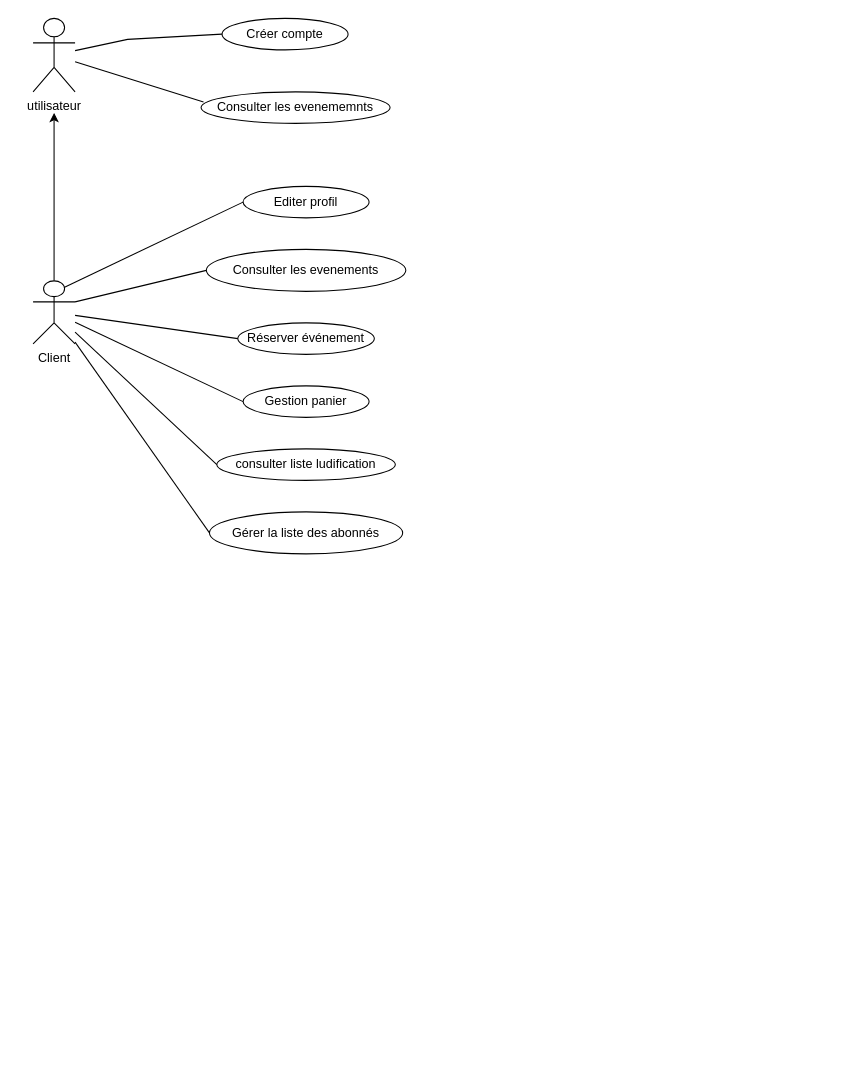
mohamedimem/event- keeps this draw.io diagram as use_general.drawio. Above is the earlier version. Source tidied: cells renumbered, new cells numbered last; positions are measured from the earlier drawing's top-left corner, leaving out a move shared by most shapes. Both pictures are drawn from the tidied source at 105%, with x=0, y=0 at pixel (33, 18).
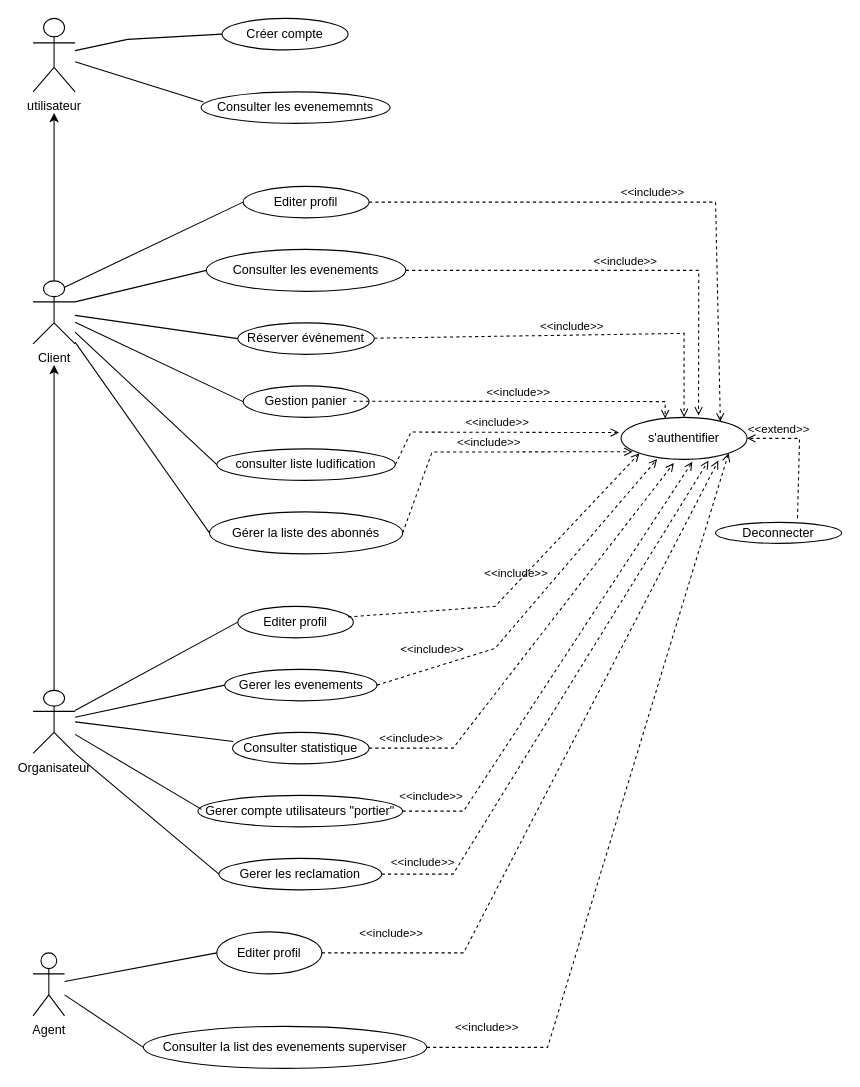
Above is the later version.

Commit message:
Mettre à jour use_general.drawio

Unchanged cells that the change refers to:
```xml
<mxCell id="9" value="Editer profil" style="ellipse;whiteSpace=wrap;html=1;" parent="1" vertex="1">
  <mxGeometry x="200" y="160" width="120" height="30" as="geometry" />
</mxCell>
<mxCell id="12" value="consulter liste ludification" style="ellipse;whiteSpace=wrap;html=1;" parent="1" vertex="1">
  <mxGeometry x="175" y="410" width="170" height="30" as="geometry" />
</mxCell>
<mxCell id="13" value="Consulter les evenements" style="ellipse;whiteSpace=wrap;html=1;" parent="1" vertex="1">
  <mxGeometry x="165" y="220" width="190" height="40" as="geometry" />
</mxCell>
<mxCell id="14" value="Gérer la liste des abonnés" style="ellipse;whiteSpace=wrap;html=1;" parent="1" vertex="1">
  <mxGeometry x="168" y="470" width="184" height="40" as="geometry" />
</mxCell>
```

The edit, as a diff of the source:
```diff
@@
+    <mxCell id="22" style="edgeStyle=orthogonalEdgeStyle;rounded=0;jettySize=auto;html=1;exitX=0.5;exitY=0;exitDx=0;exitDy=0;exitPerimeter=0;" parent="1" edge="1" source="23">
+      <mxGeometry relative="1" as="geometry">
+        <mxPoint x="20" y="330" as="targetPoint" />
+      </mxGeometry>
+    </mxCell>
+    <mxCell id="23" value="&lt;div&gt;Organisateur&lt;/div&gt;&lt;div&gt;&lt;br&gt;&lt;/div&gt;" style="shape=umlActor;verticalLabelPosition=bottom;verticalAlign=top;html=1;outlineConnect=0;" parent="1" vertex="1">
+      <mxGeometry y="640" width="40" height="60" as="geometry" />
+    </mxCell>
+    <mxCell id="24" value="Editer profil" style="ellipse;whiteSpace=wrap;html=1;" parent="1" vertex="1">
+      <mxGeometry x="195" y="560" width="110" height="30" as="geometry" />
+    </mxCell>
+    <mxCell id="25" value="Gerer les evenements" style="ellipse;whiteSpace=wrap;html=1;" parent="1" vertex="1">
+      <mxGeometry x="182.5" y="620" width="145" height="30" as="geometry" />
+    </mxCell>
+    <mxCell id="26" value="Consulter statistique" style="ellipse;whiteSpace=wrap;html=1;" parent="1" vertex="1">
+      <mxGeometry x="190" y="680" width="130" height="30" as="geometry" />
+    </mxCell>
+    <mxCell id="27" value="Gerer compte utilisateurs &quot;portier&quot;" style="ellipse;whiteSpace=wrap;html=1;" parent="1" vertex="1">
+      <mxGeometry x="157" y="740" width="195" height="30" as="geometry" />
+    </mxCell>
+    <mxCell id="28" value="Gerer les reclamation" style="ellipse;whiteSpace=wrap;html=1;" parent="1" vertex="1">
+      <mxGeometry x="177" y="800" width="155" height="30" as="geometry" />
+    </mxCell>
+    <mxCell id="29" style="endArrow=none;html=1;rounded=0;entryX=0.006;entryY=0.291;entryDx=0;entryDy=0;entryPerimeter=0;" parent="1" edge="1" target="26">
+      <mxGeometry relative="1" as="geometry">
+        <mxPoint x="40" y="670" as="sourcePoint" />
+      </mxGeometry>
+    </mxCell>
+    <mxCell id="30" style="endArrow=none;html=1;rounded=0;entryX=0;entryY=0.5;entryDx=0;entryDy=0;" parent="1" edge="1" source="23" target="25">
+      <mxGeometry relative="1" as="geometry" />
+    </mxCell>
+    <mxCell id="31" style="endArrow=none;html=1;rounded=0;entryX=0;entryY=0.5;entryDx=0;entryDy=0;" parent="1" edge="1" source="23" target="24">
+      <mxGeometry relative="1" as="geometry" />
+    </mxCell>
+    <mxCell id="32" style="endArrow=none;html=1;rounded=0;entryX=0.018;entryY=0.445;entryDx=0;entryDy=0;entryPerimeter=0;" parent="1" edge="1" source="23" target="27">
+      <mxGeometry relative="1" as="geometry" />
+    </mxCell>
+    <mxCell id="33" style="endArrow=none;html=1;rounded=0;exitX=1;exitY=1;exitDx=0;exitDy=0;exitPerimeter=0;entryX=0;entryY=0.5;entryDx=0;entryDy=0;" parent="1" edge="1" source="23" target="28">
+      <mxGeometry relative="1" as="geometry" />
+    </mxCell>
+    <mxCell id="34" value="Agent" style="shape=umlActor;verticalLabelPosition=bottom;verticalAlign=top;html=1;outlineConnect=0;" parent="1" vertex="1">
+      <mxGeometry y="890" width="30" height="60" as="geometry" />
+    </mxCell>
+    <mxCell id="35" value="Editer profil" style="ellipse;whiteSpace=wrap;html=1;" parent="1" vertex="1">
+      <mxGeometry x="175" y="870" width="100" height="40" as="geometry" />
+    </mxCell>
+    <mxCell id="36" value="Consulter la list des evenements superviser" style="ellipse;whiteSpace=wrap;html=1;" parent="1" vertex="1">
+      <mxGeometry x="105" y="960" width="270" height="40" as="geometry" />
+    </mxCell>
+    <mxCell id="37" style="endArrow=none;html=1;rounded=0;entryX=0;entryY=0.5;entryDx=0;entryDy=0;" parent="1" edge="1" source="34" target="36">
+      <mxGeometry relative="1" as="geometry" />
+    </mxCell>
+    <mxCell id="38" style="endArrow=none;html=1;rounded=0;entryX=0;entryY=0.5;entryDx=0;entryDy=0;" parent="1" edge="1" source="34" target="35">
+      <mxGeometry relative="1" as="geometry" />
+    </mxCell>
+    <mxCell id="39" value="s'authentifier" style="ellipse;whiteSpace=wrap;html=1;" parent="1" vertex="1">
+      <mxGeometry x="560" y="380" width="120" height="40" as="geometry" />
+    </mxCell>
+    <mxCell id="40" value="&amp;lt;&amp;lt;include&amp;gt;&amp;gt;" style="html=1;verticalAlign=bottom;labelBackgroundColor=none;endArrow=open;endFill=0;dashed=1;rounded=0;exitX=1;exitY=0.5;exitDx=0;exitDy=0;entryX=0.788;entryY=0.1;entryDx=0;entryDy=0;entryPerimeter=0;" parent="1" edge="1" source="9" target="39">
+      <mxGeometry relative="1" as="geometry">
+        <Array as="points">
+          <mxPoint x="650" y="175" />
+        </Array>
+      </mxGeometry>
+    </mxCell>
+    <mxCell id="41" value="&amp;lt;&amp;lt;include&amp;gt;&amp;gt;" style="html=1;verticalAlign=bottom;labelBackgroundColor=none;endArrow=open;endFill=0;dashed=1;rounded=0;entryX=0.5;entryY=0;entryDx=0;entryDy=0;" parent="1" edge="1" target="39">
+      <mxGeometry relative="1" as="geometry">
+        <mxPoint x="325" y="304.6" as="sourcePoint" />
+        <Array as="points">
+          <mxPoint x="620" y="300" />
+        </Array>
+      </mxGeometry>
+    </mxCell>
+    <mxCell id="42" value="&amp;lt;&amp;lt;include&amp;gt;&amp;gt;" style="html=1;verticalAlign=bottom;labelBackgroundColor=none;endArrow=open;endFill=0;dashed=1;rounded=0;exitX=1;exitY=0.5;exitDx=0;exitDy=0;entryX=0.615;entryY=-0.043;entryDx=0;entryDy=0;entryPerimeter=0;" parent="1" edge="1" source="13" target="39">
+      <mxGeometry relative="1" as="geometry">
+        <Array as="points">
+          <mxPoint x="634" y="240" />
+        </Array>
+      </mxGeometry>
+    </mxCell>
+    <mxCell id="43" value="&amp;lt;&amp;lt;include&amp;gt;&amp;gt;" style="html=1;verticalAlign=bottom;labelBackgroundColor=none;endArrow=open;endFill=0;dashed=1;rounded=0;entryX=0.35;entryY=0.028;entryDx=0;entryDy=0;entryPerimeter=0;" parent="1" edge="1" target="39">
+      <mxGeometry relative="1" as="geometry">
+        <mxPoint x="305" y="364.6" as="sourcePoint" />
+        <Array as="points">
+          <mxPoint x="602" y="365" />
+        </Array>
+      </mxGeometry>
+    </mxCell>
+    <mxCell id="44" value="&amp;lt;&amp;lt;include&amp;gt;&amp;gt;" style="html=1;verticalAlign=bottom;labelBackgroundColor=none;endArrow=open;endFill=0;dashed=1;rounded=0;exitX=1;exitY=0.5;exitDx=0;exitDy=0;entryX=-0.016;entryY=0.362;entryDx=0;entryDy=0;entryPerimeter=0;" parent="1" edge="1" source="12" target="39">
+      <mxGeometry relative="1" as="geometry">
+        <Array as="points">
+          <mxPoint x="360" y="394" />
+        </Array>
+      </mxGeometry>
+    </mxCell>
+    <mxCell id="45" value="&amp;lt;&amp;lt;include&amp;gt;&amp;gt;" style="html=1;verticalAlign=bottom;labelBackgroundColor=none;endArrow=open;endFill=0;dashed=1;rounded=0;exitX=1;exitY=0.5;exitDx=0;exitDy=0;entryX=0.092;entryY=0.818;entryDx=0;entryDy=0;entryPerimeter=0;" parent="1" edge="1" source="14" target="39">
+      <mxGeometry relative="1" as="geometry">
+        <Array as="points">
+          <mxPoint x="380" y="413" />
+        </Array>
+      </mxGeometry>
+    </mxCell>
+    <mxCell id="46" value="&amp;lt;&amp;lt;include&amp;gt;&amp;gt;" style="html=1;verticalAlign=bottom;labelBackgroundColor=none;endArrow=open;endFill=0;dashed=1;rounded=0;exitX=0.955;exitY=0.333;exitDx=0;exitDy=0;exitPerimeter=0;entryX=0;entryY=1;entryDx=0;entryDy=0;" parent="1" edge="1" source="24" target="39">
+      <mxGeometry relative="1" as="geometry">
+        <Array as="points">
+          <mxPoint x="440" y="560" />
+        </Array>
+      </mxGeometry>
+    </mxCell>
+    <mxCell id="47" value="&amp;lt;&amp;lt;include&amp;gt;&amp;gt;" style="html=1;verticalAlign=bottom;labelBackgroundColor=none;endArrow=open;endFill=0;dashed=1;rounded=0;exitX=1;exitY=0.5;exitDx=0;exitDy=0;entryX=0.286;entryY=0.992;entryDx=0;entryDy=0;entryPerimeter=0;" parent="1" edge="1" source="25" target="39">
+      <mxGeometry x="-0.68" y="8" relative="1" as="geometry">
+        <Array as="points">
+          <mxPoint x="440" y="600" />
+        </Array>
+      </mxGeometry>
+    </mxCell>
+    <mxCell id="48" value="&amp;lt;&amp;lt;include&amp;gt;&amp;gt;" style="html=1;verticalAlign=bottom;labelBackgroundColor=none;endArrow=open;endFill=0;dashed=1;rounded=0;exitX=1;exitY=0.5;exitDx=0;exitDy=0;entryX=0.419;entryY=1.087;entryDx=0;entryDy=0;entryPerimeter=0;" parent="1" edge="1" source="26" target="39">
+      <mxGeometry x="-0.81" relative="1" as="geometry">
+        <Array as="points">
+          <mxPoint x="400" y="695" />
+        </Array>
+      </mxGeometry>
+    </mxCell>
+    <mxCell id="49" value="&amp;lt;&amp;lt;include&amp;gt;&amp;gt;" style="html=1;verticalAlign=bottom;labelBackgroundColor=none;endArrow=open;endFill=0;dashed=1;rounded=0;exitX=1;exitY=0.5;exitDx=0;exitDy=0;entryX=0.566;entryY=1.057;entryDx=0;entryDy=0;entryPerimeter=0;" parent="1" edge="1" source="27" target="39">
+      <mxGeometry x="-0.88" y="5" relative="1" as="geometry">
+        <Array as="points">
+          <mxPoint x="410" y="755" />
+        </Array>
+      </mxGeometry>
+    </mxCell>
+    <mxCell id="50" value="&amp;lt;&amp;lt;include&amp;gt;&amp;gt;" style="html=1;verticalAlign=bottom;labelBackgroundColor=none;endArrow=open;endFill=0;dashed=1;rounded=0;exitX=1;exitY=0.5;exitDx=0;exitDy=0;entryX=1;entryY=1;entryDx=0;entryDy=0;" parent="1" edge="1" source="36" target="39">
+      <mxGeometry x="-0.84" y="10" relative="1" as="geometry">
+        <Array as="points">
+          <mxPoint x="490" y="980" />
+        </Array>
+      </mxGeometry>
+    </mxCell>
+    <mxCell id="51" value="&amp;lt;&amp;lt;include&amp;gt;&amp;gt;" style="html=1;verticalAlign=bottom;labelBackgroundColor=none;endArrow=open;endFill=0;dashed=1;rounded=0;entryX=0.772;entryY=1.028;entryDx=0;entryDy=0;entryPerimeter=0;" parent="1" edge="1" target="39">
+      <mxGeometry x="-0.8" y="10" relative="1" as="geometry">
+        <mxPoint x="275" y="890" as="sourcePoint" />
+        <Array as="points">
+          <mxPoint x="410" y="890" />
+        </Array>
+      </mxGeometry>
+    </mxCell>
+    <mxCell id="52" value="&amp;lt;&amp;lt;include&amp;gt;&amp;gt;" style="html=1;verticalAlign=bottom;labelBackgroundColor=none;endArrow=open;endFill=0;dashed=1;rounded=0;exitX=1;exitY=0.5;exitDx=0;exitDy=0;entryX=0.694;entryY=1.028;entryDx=0;entryDy=0;entryPerimeter=0;" parent="1" edge="1" source="28" target="39">
+      <mxGeometry x="-0.85" y="2" relative="1" as="geometry">
+        <Array as="points">
+          <mxPoint x="400" y="815" />
+        </Array>
+        <mxPoint x="-1" as="offset" />
+      </mxGeometry>
+    </mxCell>
+    <mxCell id="53" value="Deconnecter" style="ellipse;whiteSpace=wrap;html=1;" parent="1" vertex="1">
+      <mxGeometry x="650" y="480" width="120" height="20" as="geometry" />
+    </mxCell>
+    <mxCell id="54" value="&amp;lt;&amp;lt;extend&amp;gt;&amp;gt;" style="html=1;verticalAlign=bottom;labelBackgroundColor=none;endArrow=open;endFill=0;dashed=1;rounded=0;entryX=1;entryY=0.5;entryDx=0;entryDy=0;exitX=0.65;exitY=-0.2;exitDx=0;exitDy=0;exitPerimeter=0;" parent="1" edge="1" source="53" target="39">
+      <mxGeometry x="0.52" relative="1" as="geometry">
+        <Array as="points">
+          <mxPoint x="730" y="400" />
+        </Array>
+      </mxGeometry>
+    </mxCell>
```
